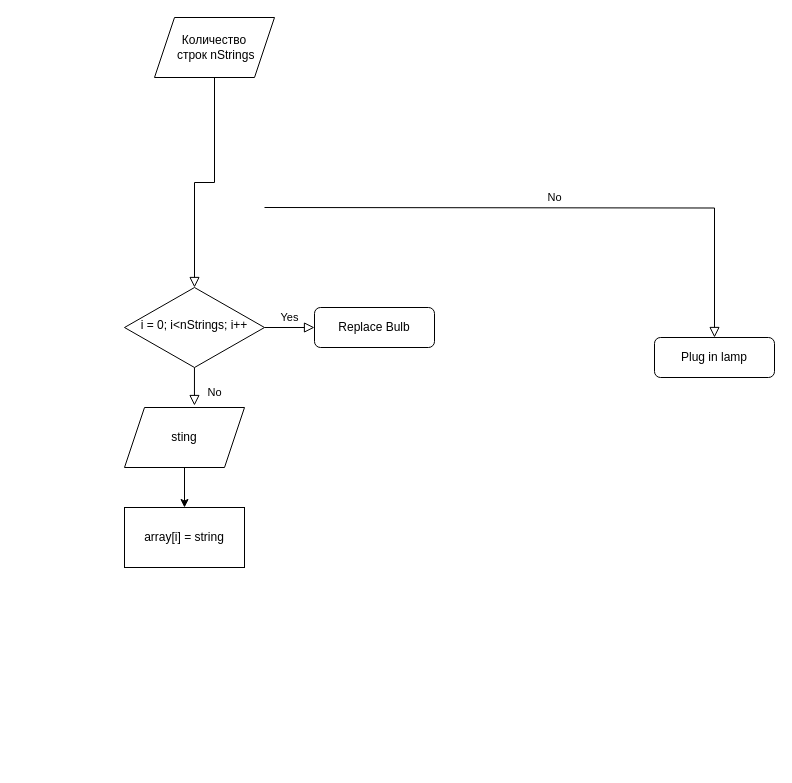
Above: Диаграмма без названия.drawio in Mortimer08/SpecializationChoosingFinalProject (draw.io), before the change. Source tidied: cells renumbered, new cells numbered last; positions are measured from the earlier drawing's top-left corner, leaving out a move shared by most shapes. Both pictures are drawn from the tidied source at 100%, with x=0, y=0 at pixel (124, 17).
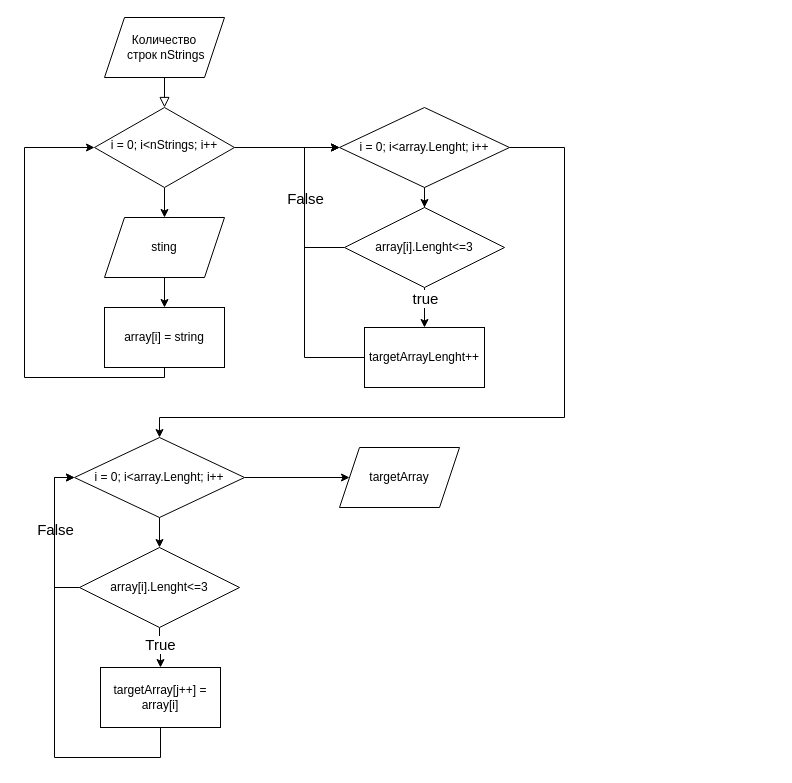
The same page after the edit.

Diff of the diagram source:
```diff
@@
-    <mxCell id="3" value="No" style="edgeStyle=orthogonalEdgeStyle;rounded=0;html=1;jettySize=auto;fontSize=11;endArrow=block;endFill=0;endSize=8;strokeWidth=1;shadow=0;labelBackgroundColor=none;" parent="1" edge="1" target="4">
-      <mxGeometry y="10" relative="1" as="geometry">
-        <mxPoint x="140" y="190" as="sourcePoint" />
-      </mxGeometry>
-    </mxCell>
-    <mxCell id="4" value="Plug in lamp" style="rounded=1;whiteSpace=wrap;html=1;fontSize=12;glass=0;strokeWidth=1;shadow=0;" parent="1" vertex="1">
-      <mxGeometry x="530" y="320" width="120" height="40" as="geometry" />
-    </mxCell>
-    <mxCell id="5" value="No" style="rounded=0;html=1;jettySize=auto;fontSize=11;endArrow=block;endFill=0;endSize=8;strokeWidth=1;shadow=0;labelBackgroundColor=none;edgeStyle=orthogonalEdgeStyle;entryX=0.583;entryY=-0.033;entryDx=0;entryDy=0;entryPerimeter=0;" parent="1" edge="1" source="7" target="12">
-      <mxGeometry x="0.33" y="20" relative="1" as="geometry" />
+    <mxCell id="5" style="edgeStyle=orthogonalEdgeStyle;rounded=0;jettySize=auto;html=1;" parent="1" edge="1" source="7" target="12">
+      <mxGeometry relative="1" as="geometry" />
     </mxCell>
-    <mxCell id="6" value="Yes" style="edgeStyle=orthogonalEdgeStyle;rounded=0;html=1;jettySize=auto;fontSize=11;endArrow=block;endFill=0;endSize=8;strokeWidth=1;shadow=0;labelBackgroundColor=none;" parent="1" edge="1" source="7" target="8">
-      <mxGeometry y="10" relative="1" as="geometry" />
-    </mxCell>
+    <mxCell id="13" style="edgeStyle=orthogonalEdgeStyle;rounded=0;jettySize=auto;html=1;" parent="1" edge="1" source="7" target="17">
+      <mxGeometry relative="1" as="geometry" />
+    </mxCell>
     <mxCell id="7" value="i = 0; i&amp;lt;nStrings; i++" style="rhombus;whiteSpace=wrap;html=1;shadow=0;fontFamily=Helvetica;fontSize=12;align=center;strokeWidth=1;spacing=6;spacingTop=-4;" parent="1" vertex="1">
-      <mxGeometry y="270" width="140" height="80" as="geometry" />
+      <mxGeometry x="-30" y="90" width="140" height="80" as="geometry" />
     </mxCell>
-    <mxCell id="8" value="Replace Bulb" style="rounded=1;whiteSpace=wrap;html=1;fontSize=12;glass=0;strokeWidth=1;shadow=0;" parent="1" vertex="1">
-      <mxGeometry x="190" y="290" width="120" height="40" as="geometry" />
-    </mxCell>
     <mxCell id="9" value="Количество&lt;br&gt;&amp;nbsp;строк nStrings" style="shape=parallelogram;perimeter=parallelogramPerimeter;whiteSpace=wrap;html=1;fixedSize=1;" parent="1" vertex="1">
-      <mxGeometry x="30" width="120" height="60" as="geometry" />
+      <mxGeometry x="-20" width="120" height="60" as="geometry" />
     </mxCell>
+    <mxCell id="14" style="edgeStyle=orthogonalEdgeStyle;rounded=0;jettySize=auto;html=1;entryX=0;entryY=0.5;entryDx=0;entryDy=0;" parent="1" edge="1" source="10" target="7">
+      <mxGeometry relative="1" as="geometry">
+        <Array as="points">
+          <mxPoint x="-100" y="360" />
+          <mxPoint x="-100" y="130" />
+        </Array>
+      </mxGeometry>
+    </mxCell>
     <mxCell id="10" value="array[i] = string" style="rounded=0;whiteSpace=wrap;html=1;" parent="1" vertex="1">
-      <mxGeometry y="490" width="120" height="60" as="geometry" />
+      <mxGeometry x="-20" y="290" width="120" height="60" as="geometry" />
     </mxCell>
@@
     <mxCell id="12" value="sting" style="shape=parallelogram;perimeter=parallelogramPerimeter;whiteSpace=wrap;html=1;fixedSize=1;" parent="1" vertex="1">
-      <mxGeometry y="390" width="120" height="60" as="geometry" />
+      <mxGeometry x="-20" y="200" width="120" height="60" as="geometry" />
     </mxCell>
+    <mxCell id="15" style="edgeStyle=orthogonalEdgeStyle;rounded=0;jettySize=auto;html=1;entryX=0.5;entryY=0;entryDx=0;entryDy=0;" parent="1" edge="1" source="17" target="22">
+      <mxGeometry relative="1" as="geometry" />
+    </mxCell>
+    <mxCell id="16" style="edgeStyle=orthogonalEdgeStyle;rounded=0;jettySize=auto;html=1;fontSize=15;entryX=0.5;entryY=0;entryDx=0;entryDy=0;exitX=1;exitY=0.5;exitDx=0;exitDy=0;" parent="1" edge="1" source="17" target="27">
+      <mxGeometry relative="1" as="geometry">
+        <Array as="points">
+          <mxPoint x="440" y="130" />
+          <mxPoint x="440" y="400" />
+          <mxPoint x="35" y="400" />
+        </Array>
+      </mxGeometry>
+    </mxCell>
+    <mxCell id="17" value="i = 0; i&amp;lt;array.Lenght; i++" style="rhombus;whiteSpace=wrap;html=1;" parent="1" vertex="1">
+      <mxGeometry x="215" y="90" width="170" height="80" as="geometry" />
+    </mxCell>
+    <mxCell id="18" style="edgeStyle=orthogonalEdgeStyle;rounded=0;jettySize=auto;html=1;" parent="1" edge="1" source="22" target="24">
+      <mxGeometry relative="1" as="geometry" />
+    </mxCell>
+    <mxCell id="19" value="&lt;font style=&quot;font-size: 15px;&quot;&gt;true&lt;/font&gt;" style="edgeLabel;html=1;align=center;verticalAlign=middle;" parent="18" vertex="1">
+      <mxGeometry x="-0.79" y="-1" relative="1" as="geometry">
+        <mxPoint x="1" y="6" as="offset" />
+      </mxGeometry>
+    </mxCell>
+    <mxCell id="20" style="edgeStyle=orthogonalEdgeStyle;rounded=0;jettySize=auto;html=1;entryX=0;entryY=0.5;entryDx=0;entryDy=0;exitX=0;exitY=0.5;exitDx=0;exitDy=0;" parent="1" edge="1" source="22" target="17">
+      <mxGeometry relative="1" as="geometry">
+        <Array as="points">
+          <mxPoint x="180" y="230" />
+          <mxPoint x="180" y="130" />
+        </Array>
+      </mxGeometry>
+    </mxCell>
+    <mxCell id="21" value="False" style="edgeLabel;html=1;align=center;verticalAlign=middle;fontSize=15;" parent="20" vertex="1">
+      <mxGeometry x="-0.21" relative="1" as="geometry">
+        <mxPoint y="-21" as="offset" />
+      </mxGeometry>
+    </mxCell>
+    <mxCell id="22" value="array[i].Lenght&amp;lt;=3" style="rhombus;whiteSpace=wrap;html=1;" parent="1" vertex="1">
+      <mxGeometry x="220" y="190" width="160" height="80" as="geometry" />
+    </mxCell>
+    <mxCell id="23" style="edgeStyle=orthogonalEdgeStyle;rounded=0;jettySize=auto;html=1;fontSize=15;entryX=0;entryY=0.5;entryDx=0;entryDy=0;exitX=0;exitY=0.5;exitDx=0;exitDy=0;" parent="1" edge="1" source="24" target="17">
+      <mxGeometry relative="1" as="geometry">
+        <Array as="points">
+          <mxPoint x="180" y="340" />
+          <mxPoint x="180" y="130" />
+        </Array>
+      </mxGeometry>
+    </mxCell>
+    <mxCell id="24" value="targetArrayLenght++" style="rounded=0;whiteSpace=wrap;html=1;" parent="1" vertex="1">
+      <mxGeometry x="240" y="310" width="120" height="60" as="geometry" />
+    </mxCell>
+    <mxCell id="25" style="edgeStyle=orthogonalEdgeStyle;rounded=0;jettySize=auto;html=1;fontSize=15;" parent="1" edge="1" source="27" target="32">
+      <mxGeometry relative="1" as="geometry" />
+    </mxCell>
+    <mxCell id="26" style="edgeStyle=orthogonalEdgeStyle;rounded=0;jettySize=auto;html=1;fontSize=15;" parent="1" edge="1" source="27" target="35">
+      <mxGeometry relative="1" as="geometry" />
+    </mxCell>
+    <mxCell id="27" value="i = 0; i&amp;lt;array.Lenght; i++" style="rhombus;whiteSpace=wrap;html=1;" parent="1" vertex="1">
+      <mxGeometry x="-50" y="420" width="170" height="80" as="geometry" />
+    </mxCell>
+    <mxCell id="28" style="edgeStyle=orthogonalEdgeStyle;rounded=0;jettySize=auto;html=1;fontSize=15;" parent="1" edge="1" source="32" target="34">
+      <mxGeometry relative="1" as="geometry" />
+    </mxCell>
+    <mxCell id="29" value="True" style="edgeLabel;html=1;align=center;verticalAlign=middle;fontSize=15;" parent="28" vertex="1">
+      <mxGeometry x="-0.22" relative="1" as="geometry" />
+    </mxCell>
+    <mxCell id="30" style="edgeStyle=orthogonalEdgeStyle;rounded=0;jettySize=auto;html=1;fontSize=15;entryX=0;entryY=0.5;entryDx=0;entryDy=0;exitX=0;exitY=0.5;exitDx=0;exitDy=0;" parent="1" edge="1" source="32" target="27">
+      <mxGeometry relative="1" as="geometry">
+        <Array as="points">
+          <mxPoint x="-70" y="570" />
+          <mxPoint x="-70" y="460" />
+        </Array>
+      </mxGeometry>
+    </mxCell>
+    <mxCell id="31" value="False" style="edgeLabel;html=1;align=center;verticalAlign=middle;fontSize=15;" parent="30" vertex="1">
+      <mxGeometry x="0.41" relative="1" as="geometry">
+        <mxPoint y="25" as="offset" />
+      </mxGeometry>
+    </mxCell>
+    <mxCell id="32" value="array[i].Lenght&amp;lt;=3" style="rhombus;whiteSpace=wrap;html=1;" parent="1" vertex="1">
+      <mxGeometry x="-45" y="530" width="160" height="80" as="geometry" />
+    </mxCell>
+    <mxCell id="33" style="edgeStyle=orthogonalEdgeStyle;rounded=0;jettySize=auto;html=1;fontSize=15;entryX=0;entryY=0.5;entryDx=0;entryDy=0;" parent="1" edge="1" source="34" target="27">
+      <mxGeometry relative="1" as="geometry">
+        <Array as="points">
+          <mxPoint x="36" y="740" />
+          <mxPoint x="-70" y="740" />
+          <mxPoint x="-70" y="460" />
+        </Array>
+      </mxGeometry>
+    </mxCell>
+    <mxCell id="34" value="targetArray[j++] = array[i]" style="rounded=0;whiteSpace=wrap;html=1;" parent="1" vertex="1">
+      <mxGeometry x="-24" y="650" width="120" height="60" as="geometry" />
+    </mxCell>
+    <mxCell id="35" value="targetArray" style="shape=parallelogram;perimeter=parallelogramPerimeter;whiteSpace=wrap;html=1;fixedSize=1;" parent="1" vertex="1">
+      <mxGeometry x="215" y="430" width="120" height="60" as="geometry" />
+    </mxCell>
```
